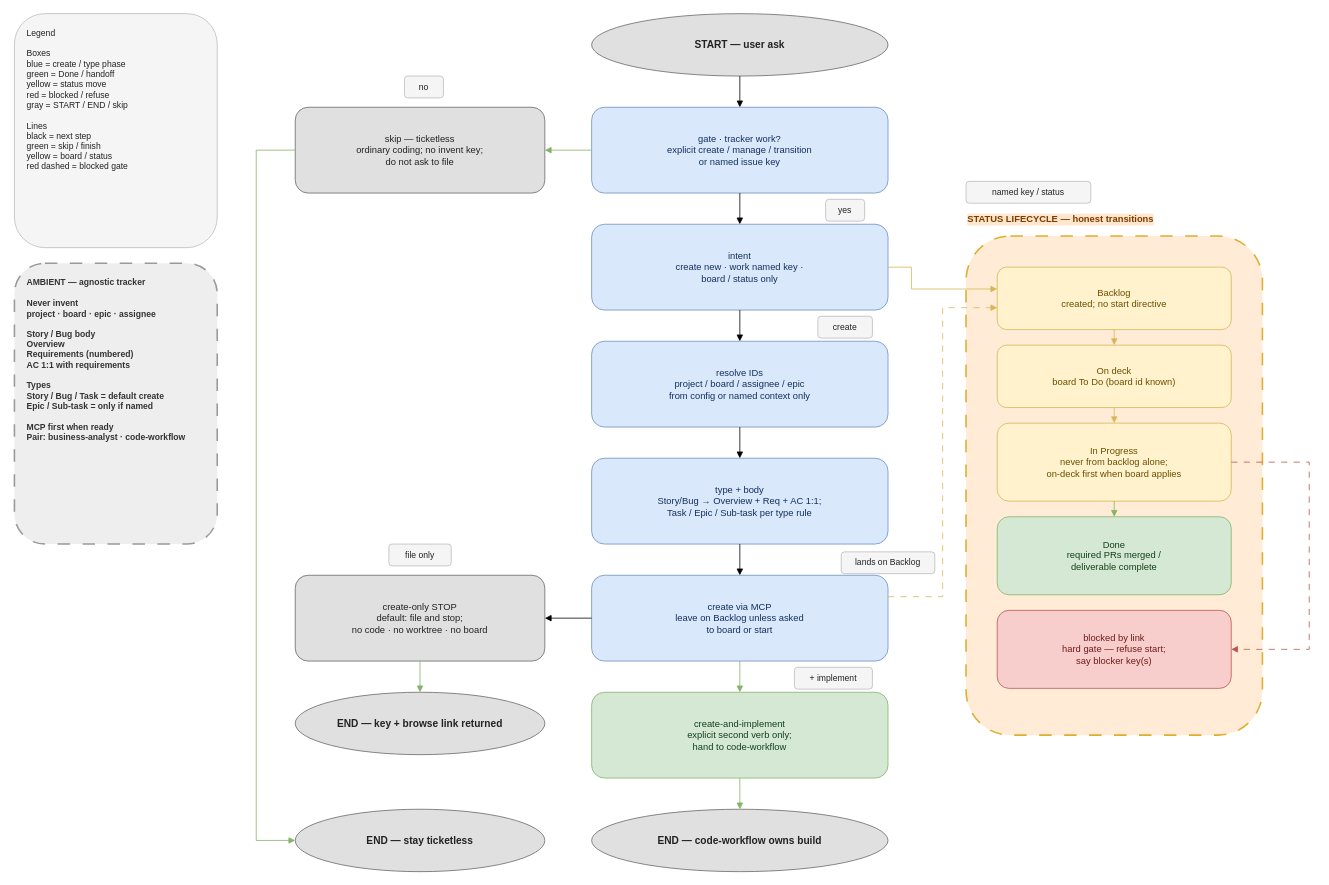
Earlier version of the draw.io diagram plugins/atlassian/docs/atlassian-jira-workflow.drawio (nodadyoushutup/marketplace). Source tidied: cells renumbered, new cells numbered last; positions are measured from the earlier drawing's top-left corner, leaving out a move shared by most shapes. Both pictures are drawn from the tidied source at 78%, with x=0, y=0 at pixel (14, 13).
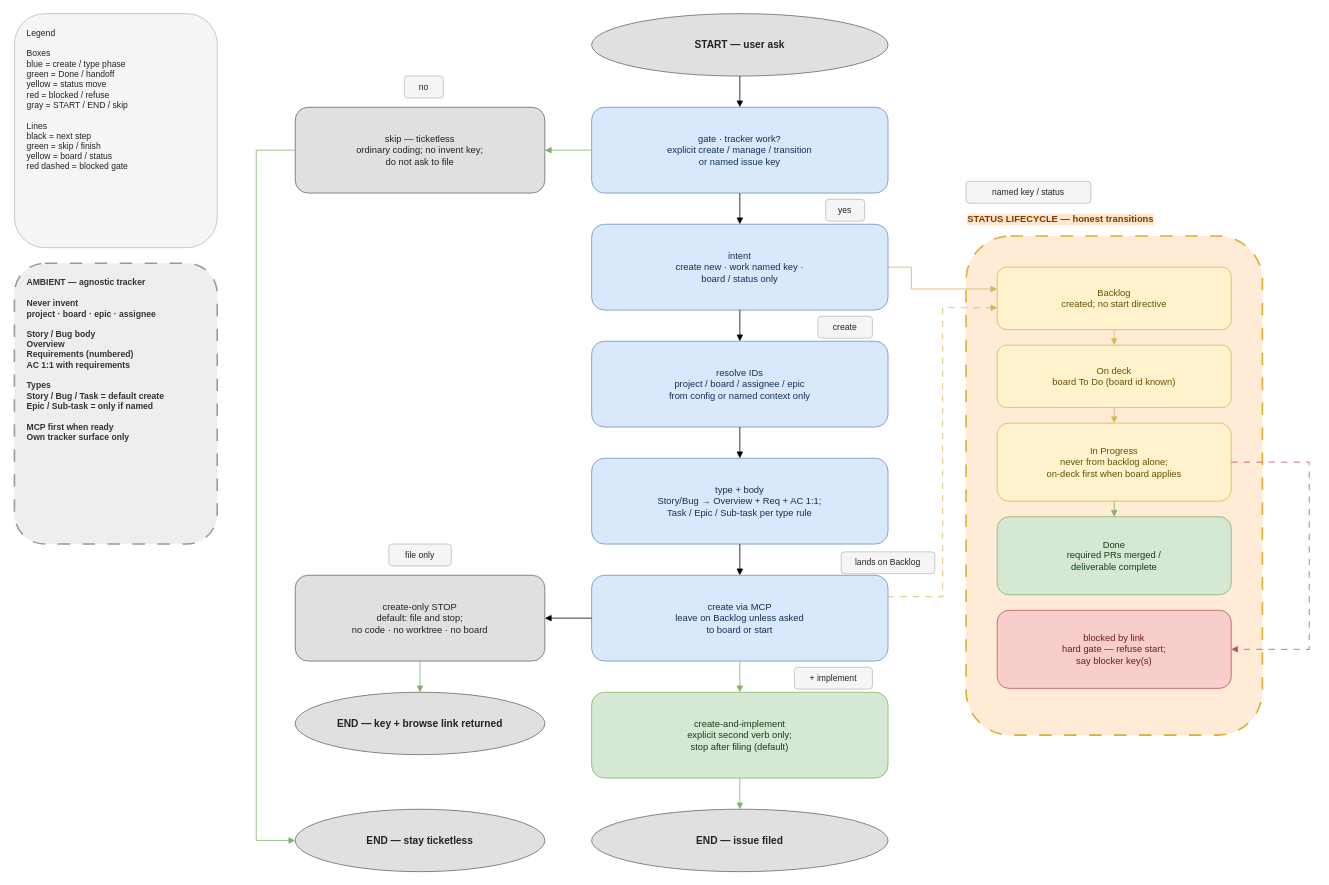
Above is the later version.

Change to the diagram source:
```diff
@@
-    <mxCell id="3" value="AMBIENT — agnostic tracker&#10;&#10;Never invent&#10;project · board · epic · assignee&#10;&#10;Story / Bug body&#10;Overview&#10;Requirements (numbered)&#10;AC 1:1 with requirements&#10;&#10;Types&#10;Story / Bug / Task = default create&#10;Epic / Sub-task = only if named&#10;&#10;MCP first when ready&#10;Pair: business-analyst · code-workflow" style="rounded=1;whiteSpace=wrap;html=1;dashed=1;dashPattern=8 8;align=left;verticalAlign=top;spacingLeft=14;spacingRight=14;spacingTop=12;spacingBottom=12;fontSize=11;fontStyle=1;fillColor=#eeeeee;strokeColor=#999999;strokeWidth=2;fontColor=#333333;" parent="1" vertex="1">
+    <mxCell id="3" value="AMBIENT — agnostic tracker&#10;&#10;Never invent&#10;project · board · epic · assignee&#10;&#10;Story / Bug body&#10;Overview&#10;Requirements (numbered)&#10;AC 1:1 with requirements&#10;&#10;Types&#10;Story / Bug / Task = default create&#10;Epic / Sub-task = only if named&#10;&#10;MCP first when ready&#10;Own tracker surface only" style="rounded=1;whiteSpace=wrap;html=1;dashed=1;dashPattern=8 8;align=left;verticalAlign=top;spacingLeft=14;spacingRight=14;spacingTop=12;spacingBottom=12;fontSize=11;fontStyle=1;fillColor=#eeeeee;strokeColor=#999999;strokeWidth=2;fontColor=#333333;" parent="1" vertex="1">
       <mxGeometry y="320" width="260" height="360" as="geometry" />
     </mxCell>
@@
-    <mxCell id="12" value="create-and-implement&#10;explicit second verb only;&#10;hand to code-workflow" style="rounded=1;whiteSpace=wrap;html=1;align=center;verticalAlign=middle;spacingLeft=12;spacingRight=12;fontSize=12;fillColor=#d5e8d4;strokeColor=#82b366;fontColor=#12401A;" parent="1" vertex="1">
+    <mxCell id="12" value="create-and-implement&#10;explicit second verb only;&#10;stop after filing (default)" style="rounded=1;whiteSpace=wrap;html=1;align=center;verticalAlign=middle;spacingLeft=12;spacingRight=12;fontSize=12;fillColor=#d5e8d4;strokeColor=#82b366;fontColor=#12401A;" parent="1" vertex="1">
       <mxGeometry x="740" y="870" width="380" height="110" as="geometry" />
     </mxCell>
@@
-    <mxCell id="22" value="END — code-workflow owns build" style="ellipse;whiteSpace=wrap;html=1;align=center;verticalAlign=middle;fontSize=13;fontStyle=1;fillColor=#e0e0e0;strokeColor=#666666;fontColor=#222222;" parent="1" vertex="1">
+    <mxCell id="22" value="END — issue filed" style="ellipse;whiteSpace=wrap;html=1;align=center;verticalAlign=middle;fontSize=13;fontStyle=1;fillColor=#e0e0e0;strokeColor=#666666;fontColor=#222222;" parent="1" vertex="1">
       <mxGeometry x="740" y="1020" width="380" height="80" as="geometry" />
     </mxCell>
```
